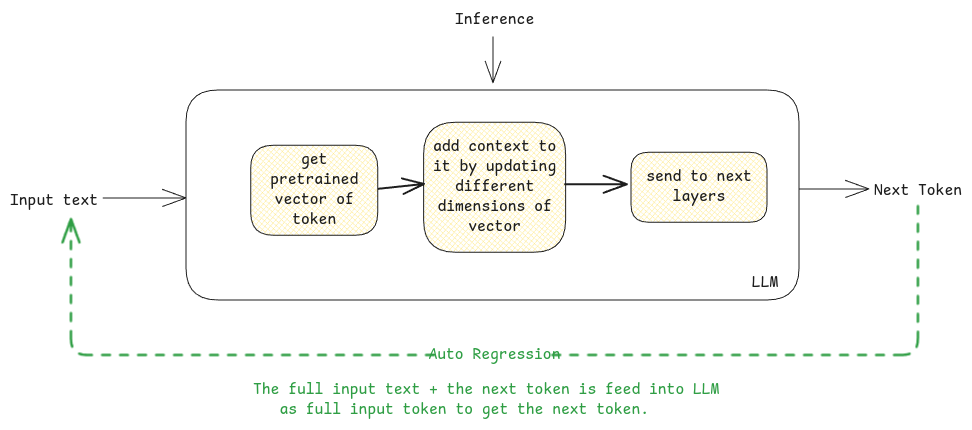
swaroopar/inprogress-engineer keeps this Excalidraw diagram as static/img/auto-regressive-ai.excalidraw.png. Above is the earlier version. Source tidied: one line per element, renumbered; positions are measured from the earlier drawing's top-left corner, leaving out a move shared by most shapes.
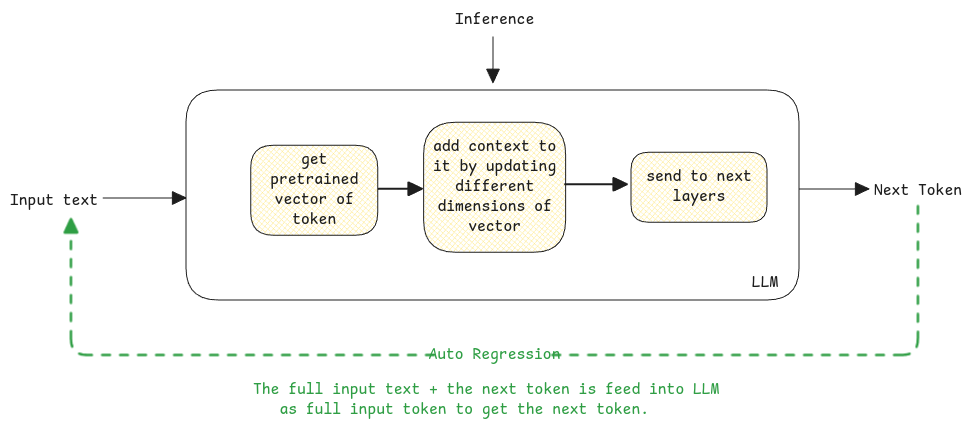
The same file after the commit.

The edit, as a diff of the source:
```diff
@@ -1,6 +1,6 @@
-{"id": 0, "type": "arrow", "strokeColor": "#1e1e1e", "strokeWidth": 1, "roughness": 0, "endArrowhead": "arrow", "to": 1, "x": 93, "y": 188, "width": 83, "height": 0, "points": [[0, 0], [83, 0]]}
+{"id": 0, "type": "arrow", "strokeColor": "#1e1e1e", "strokeWidth": 1, "roughness": 0, "endArrowhead": "triangle", "to": 1, "x": 93, "y": 188, "width": 83, "height": 0, "points": [[0, 0], [83, 0]]}
 {"id": 1, "type": "rectangle", "strokeColor": "#1e1e1e", "strokeWidth": 1, "roughness": 0, "round": true, "x": 176, "y": 80, "width": 613, "height": 210}
-{"id": 2, "type": "arrow", "strokeColor": "#1e1e1e", "strokeWidth": 1, "roughness": 0, "endArrowhead": "arrow", "x": 483, "y": 27, "width": 0, "height": 46, "points": [[0, 0], [0, 46]]}
+{"id": 2, "type": "arrow", "strokeColor": "#1e1e1e", "strokeWidth": 1, "roughness": 0, "endArrowhead": "triangle", "x": 483, "y": 27, "width": 0, "height": 46, "points": [[0, 0], [0, 46]]}
 {"id": 3, "type": "text", "text": "Inference", "strokeColor": "#1e1e1e", "strokeWidth": 4, "roughness": 0, "fontSize": 16, "fontFamily": 8, "x": 445, "y": 0, "width": 79, "height": 20}
 {"id": 4, "type": "text", "text": "Input text", "strokeColor": "#1e1e1e", "strokeWidth": 1, "roughness": 0, "fontSize": 16, "fontFamily": 8, "x": 0, "y": 181, "width": 88, "height": 20}
 {"id": 5, "type": "rectangle", "strokeColor": "#1e1e1e", "backgroundColor": "#ffec99", "fillStyle": "cross-hatch", "strokeWidth": 1, "roughness": 0, "round": true, "x": 241, "y": 135, "width": 127, "height": 90}
@@ -10,10 +10,10 @@
 {"id": 9, "type": "rectangle", "strokeColor": "#1e1e1e", "backgroundColor": "#ffec99", "fillStyle": "cross-hatch", "strokeWidth": 1, "roughness": 0, "round": true, "x": 621, "y": 142, "width": 136, "height": 70}
 {"id": 10, "type": "text", "text": "send to next\nlayers", "strokeColor": "#1e1e1e", "strokeWidth": 1, "roughness": 0, "fontSize": 16, "fontFamily": 8, "textAlign": "center", "verticalAlign": "middle", "inside": 9, "x": 636, "y": 157, "width": 106, "height": 40}
 {"id": 11, "type": "text", "text": "LLM", "strokeColor": "#1e1e1e", "strokeWidth": 1, "roughness": 0, "fontSize": 16, "fontFamily": 8, "x": 742, "y": 263, "width": 26, "height": 20}
-{"id": 12, "type": "arrow", "strokeColor": "#1e1e1e", "strokeWidth": 1, "roughness": 0, "endArrowhead": "arrow", "x": 789, "y": 179, "width": 70, "height": 0, "points": [[0, 0], [70, 0]]}
+{"id": 12, "type": "arrow", "strokeColor": "#1e1e1e", "strokeWidth": 1, "roughness": 0, "endArrowhead": "triangle", "x": 789, "y": 179, "width": 70, "height": 0, "points": [[0, 0], [70, 0]]}
 {"id": 13, "type": "text", "text": "Next Token", "strokeColor": "#1e1e1e", "strokeWidth": 1, "roughness": 0, "fontSize": 16, "fontFamily": 8, "x": 864, "y": 171, "width": 88, "height": 20}
-{"id": 14, "type": "arrow", "strokeColor": "#1e1e1e", "backgroundColor": "#b2f2bb", "fillStyle": "solid", "strokeWidth": 2, "roughness": 0, "endArrowhead": "arrow", "from": 5, "x": 369, "y": 179, "width": 45, "height": 5, "points": [[0, 0], [45, -5]]}
+{"id": 14, "type": "arrow", "strokeColor": "#1e1e1e", "backgroundColor": "#b2f2bb", "fillStyle": "solid", "strokeWidth": 2, "roughness": 0, "endArrowhead": "triangle", "from": 5, "x": 369, "y": 179, "width": 43, "height": 0, "points": [[0, 0], [43, 0]]}
-{"id": 15, "type": "arrow", "strokeColor": "#1e1e1e", "backgroundColor": "#b2f2bb", "fillStyle": "solid", "strokeWidth": 2, "roughness": 0, "endArrowhead": "arrow", "x": 555, "y": 174, "width": 62, "height": 0, "points": [[0, 0], [62, 0]]}
+{"id": 15, "type": "arrow", "strokeColor": "#1e1e1e", "backgroundColor": "#b2f2bb", "fillStyle": "solid", "strokeWidth": 2, "roughness": 0, "endArrowhead": "triangle", "x": 555, "y": 174, "width": 62, "height": 0, "points": [[0, 0], [62, 0]]}
-{"id": 16, "type": "arrow", "strokeColor": "#2f9e44", "strokeWidth": 2, "strokeStyle": "dashed", "roughness": 0, "endArrowhead": "arrow", "from": 13, "to": 4, "x": 908, "y": 196, "width": 847, "height": 149, "points": [[0, 0], [0, 149], [-847, 149], [-847, 13]]}
+{"id": 16, "type": "arrow", "strokeColor": "#2f9e44", "strokeWidth": 2, "strokeStyle": "dashed", "roughness": 0, "endArrowhead": "triangle", "from": 13, "to": 4, "x": 908, "y": 196, "width": 847, "height": 149, "points": [[0, 0], [0, 149], [-847, 149], [-847, 13]]}
 {"id": 17, "type": "text", "text": "Auto Regression", "strokeColor": "#2f9e44", "backgroundColor": "#ffec99", "fillStyle": "cross-hatch", "strokeWidth": 2, "strokeStyle": "dashed", "roughness": 0, "fontSize": 16, "fontFamily": 8, "textAlign": "center", "verticalAlign": "middle", "inside": 16, "x": 80, "y": 302, "width": 107, "height": 20}
 {"id": 18, "type": "text", "text": "The full input text + the next token is feed into LLM \n   as full input token to get the next token.", "strokeColor": "#2f9e44", "backgroundColor": "#ffec99", "fillStyle": "cross-hatch", "strokeWidth": 2, "strokeStyle": "dashed", "roughness": 0, "fontSize": 16, "fontFamily": 8, "x": 243, "y": 370, "width": 475, "height": 40}
```
